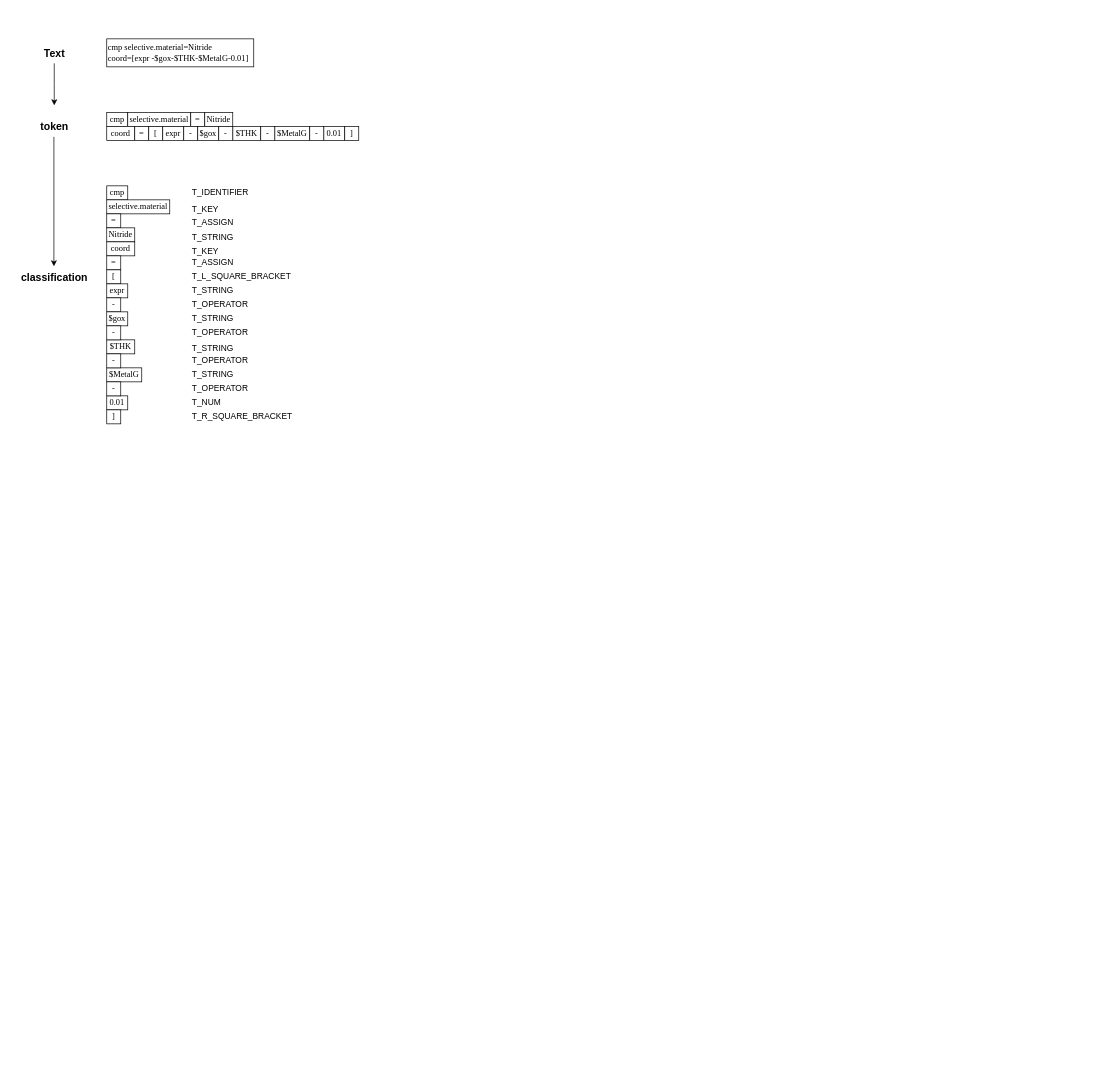
Above: 词法分词器.drawio in FicmillaR/drawio (draw.io), before the change. Source tidied: cells renumbered, new cells numbered last; positions are measured from the earlier drawing's top-left corner, leaving out a move shared by most shapes. Both pictures are drawn from the tidied source at 70%, with x=0, y=0 at pixel (12, 38).
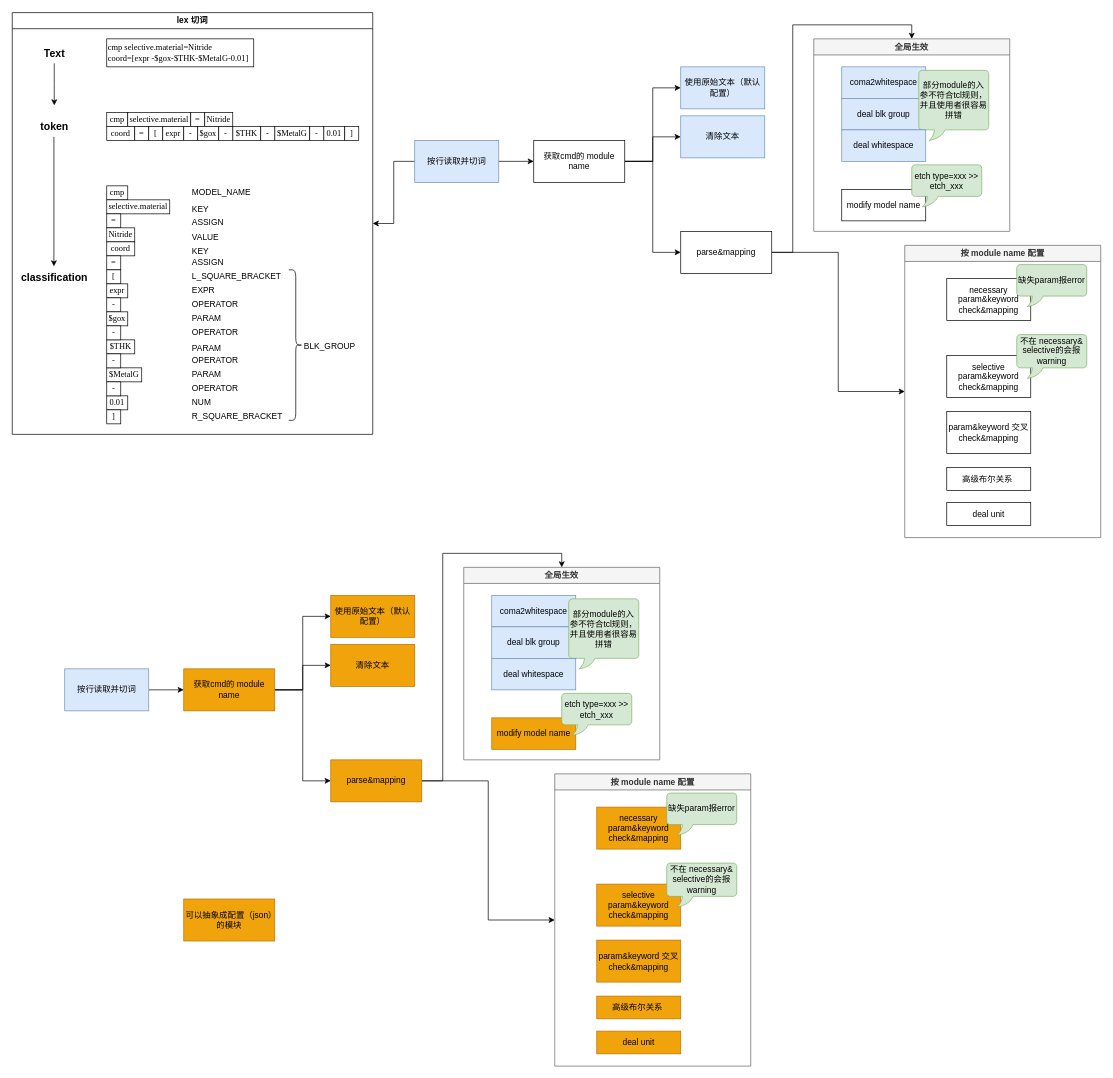
The same diagram, later.

Commit message:
更新词法分词器.drawio

Change to the diagram source:
```diff
@@
-    <mxCell id="40" value="T_ASSIGN" style="text;whiteSpace=wrap;fontFamily=Helvetica;fontSize=12;fontColor=default;" parent="1" vertex="1">
+    <mxCell id="40" value="ASSIGN" style="text;whiteSpace=wrap;fontFamily=Helvetica;fontSize=12;fontColor=default;" parent="1" vertex="1">
       <mxGeometry x="255" y="247.5" width="70" height="25" as="geometry" />
     </mxCell>
-    <mxCell id="41" value="T_IDENTIFIER" style="text;whiteSpace=wrap;fontFamily=Helvetica;fontSize=12;fontColor=default;" parent="1" vertex="1">
+    <mxCell id="41" value="MODEL_NAME" style="text;whiteSpace=wrap;fontFamily=Helvetica;fontSize=12;fontColor=default;" parent="1" vertex="1">
       <mxGeometry x="255" y="205" width="110" height="20" as="geometry" />
     </mxCell>
-    <mxCell id="42" value="T_ASSIGN" style="text;whiteSpace=wrap;fontFamily=Helvetica;fontSize=12;fontColor=default;" parent="1" vertex="1">
+    <mxCell id="42" value="ASSIGN" style="text;whiteSpace=wrap;fontFamily=Helvetica;fontSize=12;fontColor=default;" parent="1" vertex="1">
       <mxGeometry x="255" y="305" width="70" height="25" as="geometry" />
     </mxCell>
-    <mxCell id="43" value="T_L_SQUARE_BRACKET" style="text;whiteSpace=wrap;fontFamily=Helvetica;fontSize=12;fontColor=default;" parent="1" vertex="1">
+    <mxCell id="43" value="L_SQUARE_BRACKET" style="text;whiteSpace=wrap;fontFamily=Helvetica;fontSize=12;fontColor=default;" parent="1" vertex="1">
       <mxGeometry x="255" y="325" width="150" height="25" as="geometry" />
     </mxCell>
-    <mxCell id="44" value="T_STRING" style="text;whiteSpace=wrap;fontFamily=Helvetica;fontSize=12;fontColor=default;" parent="1" vertex="1">
+    <mxCell id="44" value="VALUE" style="text;whiteSpace=wrap;fontFamily=Helvetica;fontSize=12;fontColor=default;" parent="1" vertex="1">
       <mxGeometry x="255" y="270" width="110" height="20" as="geometry" />
     </mxCell>
-    <mxCell id="45" value="T_OPERATOR" style="text;whiteSpace=wrap;fontFamily=Helvetica;fontSize=12;fontColor=default;" parent="1" vertex="1">
+    <mxCell id="45" value="OPERATOR" style="text;whiteSpace=wrap;fontFamily=Helvetica;fontSize=12;fontColor=default;" parent="1" vertex="1">
       <mxGeometry x="255" y="365" width="110" height="20" as="geometry" />
     </mxCell>
-    <mxCell id="46" value="T_OPERATOR" style="text;whiteSpace=wrap;fontFamily=Helvetica;fontSize=12;fontColor=default;" parent="1" vertex="1">
+    <mxCell id="46" value="OPERATOR" style="text;whiteSpace=wrap;fontFamily=Helvetica;fontSize=12;fontColor=default;" parent="1" vertex="1">
       <mxGeometry x="255" y="405" width="110" height="20" as="geometry" />
     </mxCell>
-    <mxCell id="47" value="T_OPERATOR" style="text;whiteSpace=wrap;fontFamily=Helvetica;fontSize=12;fontColor=default;" parent="1" vertex="1">
+    <mxCell id="47" value="OPERATOR" style="text;whiteSpace=wrap;fontFamily=Helvetica;fontSize=12;fontColor=default;" parent="1" vertex="1">
       <mxGeometry x="255" y="445" width="110" height="20" as="geometry" />
     </mxCell>
-    <mxCell id="48" value="T_OPERATOR" style="text;whiteSpace=wrap;fontFamily=Helvetica;fontSize=12;fontColor=default;" parent="1" vertex="1">
+    <mxCell id="48" value="OPERATOR" style="text;whiteSpace=wrap;fontFamily=Helvetica;fontSize=12;fontColor=default;" parent="1" vertex="1">
       <mxGeometry x="255" y="485" width="110" height="20" as="geometry" />
     </mxCell>
-    <mxCell id="49" value="T_STRING" style="text;whiteSpace=wrap;fontFamily=Helvetica;fontSize=12;fontColor=default;" parent="1" vertex="1">
+    <mxCell id="49" value="EXPR" style="text;whiteSpace=wrap;fontFamily=Helvetica;fontSize=12;fontColor=default;" parent="1" vertex="1">
       <mxGeometry x="255" y="345" width="110" height="20" as="geometry" />
     </mxCell>
-    <mxCell id="50" value="T_STRING" style="text;whiteSpace=wrap;fontFamily=Helvetica;fontSize=12;fontColor=default;" parent="1" vertex="1">
+    <mxCell id="50" value="PARAM" style="text;whiteSpace=wrap;fontFamily=Helvetica;fontSize=12;fontColor=default;" parent="1" vertex="1">
       <mxGeometry x="255" y="385" width="110" height="25" as="geometry" />
     </mxCell>
-    <mxCell id="51" value="T_STRING" style="text;whiteSpace=wrap;fontFamily=Helvetica;fontSize=12;fontColor=default;" parent="1" vertex="1">
+    <mxCell id="51" value="PARAM" style="text;whiteSpace=wrap;fontFamily=Helvetica;fontSize=12;fontColor=default;" parent="1" vertex="1">
       <mxGeometry x="255" y="427.5" width="110" height="25" as="geometry" />
     </mxCell>
-    <mxCell id="52" value="T_STRING" style="text;whiteSpace=wrap;fontFamily=Helvetica;fontSize=12;fontColor=default;" parent="1" vertex="1">
+    <mxCell id="52" value="PARAM" style="text;whiteSpace=wrap;fontFamily=Helvetica;fontSize=12;fontColor=default;" parent="1" vertex="1">
       <mxGeometry x="255" y="465" width="110" height="25" as="geometry" />
     </mxCell>
@@
-    <mxCell id="55" value="T_NUM" style="text;whiteSpace=wrap;fontFamily=Helvetica;fontSize=12;fontColor=default;" parent="1" vertex="1">
+    <mxCell id="55" value="NUM" style="text;whiteSpace=wrap;fontFamily=Helvetica;fontSize=12;fontColor=default;" parent="1" vertex="1">
       <mxGeometry x="255" y="505" width="110" height="25" as="geometry" />
     </mxCell>
-    <mxCell id="56" value="T_R_SQUARE_BRACKET" style="text;whiteSpace=wrap;fontFamily=Helvetica;fontSize=12;fontColor=default;" parent="1" vertex="1">
+    <mxCell id="56" value="R_SQUARE_BRACKET" style="text;whiteSpace=wrap;fontFamily=Helvetica;fontSize=12;fontColor=default;" parent="1" vertex="1">
       <mxGeometry x="255" y="525" width="150" height="25" as="geometry" />
     </mxCell>
-    <mxCell id="57" value="T_KEY" style="text;whiteSpace=wrap;fontFamily=Helvetica;fontSize=12;fontColor=default;" parent="1" vertex="1">
-      <mxGeometry x="255" y="230" width="110" height="20" as="geometry" />
+    <mxCell id="57" value="KEY" style="text;whiteSpace=wrap;fontFamily=Helvetica;fontSize=12;fontColor=default;" parent="1" vertex="1">
+      <mxGeometry x="255" y="230" width="110" height="15" as="geometry" />
     </mxCell>
-    <mxCell id="58" value="T_KEY" style="text;whiteSpace=wrap;fontFamily=Helvetica;fontSize=12;fontColor=default;" parent="1" vertex="1">
+    <mxCell id="58" value="KEY" style="text;whiteSpace=wrap;fontFamily=Helvetica;fontSize=12;fontColor=default;" parent="1" vertex="1">
       <mxGeometry x="255" y="290" width="110" height="20" as="geometry" />
     </mxCell>
+    <mxCell id="59" style="shape=curlyBracket;whiteSpace=wrap;html=1;rounded=1;flipH=1;labelPosition=right;verticalLabelPosition=middle;align=left;verticalAlign=middle;size=0.5;" parent="1" vertex="1">
+      <mxGeometry x="395" y="330" width="20" height="215" as="geometry" />
+    </mxCell>
+    <mxCell id="60" value="BLK_GROUP" style="text;whiteSpace=wrap;fontFamily=Helvetica;fontSize=12;fontColor=default;" parent="1" vertex="1">
+      <mxGeometry x="415" y="425" width="110" height="20" as="geometry" />
+    </mxCell>
+    <mxCell id="61" style="edgeStyle=orthogonalEdgeStyle;rounded=0;jettySize=auto;html=1;exitX=1;exitY=0.5;exitDx=0;exitDy=0;entryX=0;entryY=0.5;entryDx=0;entryDy=0;" parent="1" edge="1" source="64" target="68">
+      <mxGeometry relative="1" as="geometry" />
+    </mxCell>
+    <mxCell id="62" style="edgeStyle=orthogonalEdgeStyle;rounded=0;jettySize=auto;html=1;exitX=1;exitY=0.5;exitDx=0;exitDy=0;entryX=0;entryY=0.5;entryDx=0;entryDy=0;" parent="1" edge="1" source="64" target="69">
+      <mxGeometry relative="1" as="geometry" />
+    </mxCell>
+    <mxCell id="63" style="edgeStyle=orthogonalEdgeStyle;rounded=0;jettySize=auto;html=1;exitX=1;exitY=0.5;exitDx=0;exitDy=0;entryX=0;entryY=0.5;entryDx=0;entryDy=0;" parent="1" edge="1" source="64" target="72">
+      <mxGeometry relative="1" as="geometry" />
+    </mxCell>
+    <mxCell id="64" value="获取cmd的 module name" style="rounded=0;whiteSpace=wrap;html=1;" parent="1" vertex="1">
+      <mxGeometry x="745" y="145" width="130" height="60" as="geometry" />
+    </mxCell>
+    <mxCell id="65" style="edgeStyle=orthogonalEdgeStyle;rounded=0;jettySize=auto;html=1;exitX=1;exitY=0.5;exitDx=0;exitDy=0;entryX=0;entryY=0.5;entryDx=0;entryDy=0;" parent="1" edge="1" source="67" target="64">
+      <mxGeometry relative="1" as="geometry" />
+    </mxCell>
+    <mxCell id="66" style="edgeStyle=orthogonalEdgeStyle;rounded=0;jettySize=auto;html=1;exitX=0;exitY=0.5;exitDx=0;exitDy=0;entryX=1;entryY=0.5;entryDx=0;entryDy=0;" parent="1" edge="1" source="67" target="115">
+      <mxGeometry relative="1" as="geometry" />
+    </mxCell>
+    <mxCell id="67" value="按行读取并切词" style="rounded=0;whiteSpace=wrap;html=1;fillColor=#dae8fc;strokeColor=#6c8ebf;" parent="1" vertex="1">
+      <mxGeometry x="575" y="145" width="120" height="60" as="geometry" />
+    </mxCell>
+    <mxCell id="68" value="使用原始文本（默认配置）" style="rounded=0;whiteSpace=wrap;html=1;fillColor=#dae8fc;strokeColor=#6c8ebf;" parent="1" vertex="1">
+      <mxGeometry x="955" y="40" width="120" height="60" as="geometry" />
+    </mxCell>
+    <mxCell id="69" value="清除文本" style="rounded=0;whiteSpace=wrap;html=1;fillColor=#dae8fc;strokeColor=#6c8ebf;" parent="1" vertex="1">
+      <mxGeometry x="955" y="110" width="120" height="60" as="geometry" />
+    </mxCell>
+    <mxCell id="70" style="edgeStyle=orthogonalEdgeStyle;rounded=0;jettySize=auto;html=1;entryX=0.5;entryY=0;entryDx=0;entryDy=0;" parent="1" edge="1" source="72" target="73">
+      <mxGeometry relative="1" as="geometry" />
+    </mxCell>
+    <mxCell id="71" style="edgeStyle=orthogonalEdgeStyle;rounded=0;jettySize=auto;html=1;" parent="1" edge="1" source="72" target="76">
+      <mxGeometry relative="1" as="geometry" />
+    </mxCell>
+    <mxCell id="72" value="parse&amp;amp;mapping" style="rounded=0;whiteSpace=wrap;html=1;" parent="1" vertex="1">
+      <mxGeometry x="955" y="275" width="130" height="60" as="geometry" />
+    </mxCell>
+    <mxCell id="73" value="全局生效" style="swimlane;whiteSpace=wrap;html=1;fillColor=#f5f5f5;fontColor=#333333;strokeColor=#666666;" parent="1" vertex="1">
+      <mxGeometry x="1145" width="280" height="275" as="geometry" />
+    </mxCell>
+    <mxCell id="74" value="&lt;div&gt;modify model name&lt;/div&gt;" style="rounded=0;whiteSpace=wrap;html=1;" parent="73" vertex="1">
+      <mxGeometry x="40" y="215" width="120" height="45" as="geometry" />
+    </mxCell>
+    <mxCell id="75" value="etch type=xxx &amp;gt;&amp;gt; etch_xxx" style="whiteSpace=wrap;html=1;shape=mxgraph.basic.roundRectCallout;dx=30;dy=15;size=5;boundedLbl=1;fillColor=#d5e8d4;strokeColor=#82b366;" parent="73" vertex="1">
+      <mxGeometry x="140" y="180" width="100" height="60" as="geometry" />
+    </mxCell>
+    <mxCell id="76" value="按 module name 配置" style="swimlane;whiteSpace=wrap;html=1;fillColor=#f5f5f5;fontColor=#333333;strokeColor=#666666;" parent="1" vertex="1">
+      <mxGeometry x="1275" y="295" width="280" height="417.5" as="geometry" />
+    </mxCell>
+    <mxCell id="77" value="&lt;div&gt;necessary param&amp;amp;keyword check&amp;amp;mapping&lt;/div&gt;" style="rounded=0;whiteSpace=wrap;html=1;" parent="76" vertex="1">
+      <mxGeometry x="60" y="47.5" width="120" height="60" as="geometry" />
+    </mxCell>
+    <mxCell id="78" value="selective param&amp;amp;keyword check&amp;amp;mapping" style="rounded=0;whiteSpace=wrap;html=1;" parent="76" vertex="1">
+      <mxGeometry x="60" y="157.5" width="120" height="60" as="geometry" />
+    </mxCell>
+    <mxCell id="79" value="缺失param报error" style="whiteSpace=wrap;html=1;shape=mxgraph.basic.roundRectCallout;dx=30;dy=15;size=5;boundedLbl=1;fillColor=#d5e8d4;strokeColor=#82b366;" parent="76" vertex="1">
+      <mxGeometry x="160" y="27.5" width="100" height="60" as="geometry" />
+    </mxCell>
+    <mxCell id="80" value="不在 necessary&amp;amp; selective的会报warning" style="whiteSpace=wrap;html=1;shape=mxgraph.basic.roundRectCallout;dx=30;dy=15;size=5;boundedLbl=1;fillColor=#d5e8d4;strokeColor=#82b366;" parent="76" vertex="1">
+      <mxGeometry x="160" y="127.5" width="100" height="62.5" as="geometry" />
+    </mxCell>
+    <mxCell id="81" value="&lt;div&gt;param&amp;amp;keyword 交叉check&amp;amp;mapping&lt;/div&gt;" style="rounded=0;whiteSpace=wrap;html=1;" parent="76" vertex="1">
+      <mxGeometry x="60" y="237.5" width="120" height="60" as="geometry" />
+    </mxCell>
+    <mxCell id="82" value="&lt;div&gt;高级布尔关系&amp;nbsp;&lt;/div&gt;" style="rounded=0;whiteSpace=wrap;html=1;" parent="76" vertex="1">
+      <mxGeometry x="60" y="317.5" width="120" height="32.5" as="geometry" />
+    </mxCell>
+    <mxCell id="83" value="&lt;div&gt;deal unit&lt;/div&gt;" style="rounded=0;whiteSpace=wrap;html=1;" parent="76" vertex="1">
+      <mxGeometry x="60" y="367.5" width="120" height="32.5" as="geometry" />
+    </mxCell>
+    <mxCell id="84" value="coma2whitespace" style="rounded=0;whiteSpace=wrap;html=1;fillColor=#dae8fc;strokeColor=#6c8ebf;" parent="1" vertex="1">
+      <mxGeometry x="1185" y="40" width="120" height="45" as="geometry" />
+    </mxCell>
+    <mxCell id="85" value="&lt;div&gt;deal blk group&lt;/div&gt;" style="rounded=0;whiteSpace=wrap;html=1;fillColor=#dae8fc;strokeColor=#6c8ebf;" parent="1" vertex="1">
+      <mxGeometry x="1185" y="85" width="120" height="45" as="geometry" />
+    </mxCell>
+    <mxCell id="86" value="部分module的入参不符合tcl规则，并且使用者很容易拼错" style="whiteSpace=wrap;html=1;shape=mxgraph.basic.roundRectCallout;dx=30;dy=15;size=5;boundedLbl=1;fillColor=#d5e8d4;strokeColor=#82b366;" parent="1" vertex="1">
+      <mxGeometry x="1295" y="45" width="100" height="100" as="geometry" />
+    </mxCell>
+    <mxCell id="87" value="&lt;div&gt;deal whitespace&lt;/div&gt;" style="rounded=0;whiteSpace=wrap;html=1;fillColor=#dae8fc;strokeColor=#6c8ebf;" parent="1" vertex="1">
+      <mxGeometry x="1185" y="130" width="120" height="45" as="geometry" />
+    </mxCell>
+    <mxCell id="88" style="edgeStyle=orthogonalEdgeStyle;rounded=0;jettySize=auto;html=1;exitX=1;exitY=0.5;exitDx=0;exitDy=0;entryX=0;entryY=0.5;entryDx=0;entryDy=0;" parent="1" edge="1" source="91" target="94">
+      <mxGeometry relative="1" as="geometry" />
+    </mxCell>
+    <mxCell id="89" style="edgeStyle=orthogonalEdgeStyle;rounded=0;jettySize=auto;html=1;exitX=1;exitY=0.5;exitDx=0;exitDy=0;entryX=0;entryY=0.5;entryDx=0;entryDy=0;" parent="1" edge="1" source="91" target="95">
+      <mxGeometry relative="1" as="geometry" />
+    </mxCell>
+    <mxCell id="90" style="edgeStyle=orthogonalEdgeStyle;rounded=0;jettySize=auto;html=1;exitX=1;exitY=0.5;exitDx=0;exitDy=0;entryX=0;entryY=0.5;entryDx=0;entryDy=0;" parent="1" edge="1" source="91" target="98">
+      <mxGeometry relative="1" as="geometry" />
+    </mxCell>
+    <mxCell id="91" value="获取cmd的 module name" style="rounded=0;whiteSpace=wrap;html=1;fillColor=#f0a30a;fontColor=#000000;strokeColor=#BD7000;" parent="1" vertex="1">
+      <mxGeometry x="245" y="900" width="130" height="60" as="geometry" />
+    </mxCell>
+    <mxCell id="92" style="edgeStyle=orthogonalEdgeStyle;rounded=0;jettySize=auto;html=1;exitX=1;exitY=0.5;exitDx=0;exitDy=0;entryX=0;entryY=0.5;entryDx=0;entryDy=0;" parent="1" edge="1" source="93" target="91">
+      <mxGeometry relative="1" as="geometry" />
+    </mxCell>
+    <mxCell id="93" value="按行读取并切词" style="rounded=0;whiteSpace=wrap;html=1;fillColor=#dae8fc;strokeColor=#6c8ebf;" parent="1" vertex="1">
+      <mxGeometry x="75" y="900" width="120" height="60" as="geometry" />
+    </mxCell>
+    <mxCell id="94" value="使用原始文本（默认配置）" style="rounded=0;whiteSpace=wrap;html=1;fillColor=#f0a30a;strokeColor=#BD7000;fontColor=#000000;" parent="1" vertex="1">
+      <mxGeometry x="455" y="795" width="120" height="60" as="geometry" />
+    </mxCell>
+    <mxCell id="95" value="清除文本" style="rounded=0;whiteSpace=wrap;html=1;fillColor=#f0a30a;strokeColor=#BD7000;fontColor=#000000;" parent="1" vertex="1">
+      <mxGeometry x="455" y="865" width="120" height="60" as="geometry" />
+    </mxCell>
+    <mxCell id="96" style="edgeStyle=orthogonalEdgeStyle;rounded=0;jettySize=auto;html=1;entryX=0.5;entryY=0;entryDx=0;entryDy=0;" parent="1" edge="1" source="98" target="99">
+      <mxGeometry relative="1" as="geometry" />
+    </mxCell>
+    <mxCell id="97" style="edgeStyle=orthogonalEdgeStyle;rounded=0;jettySize=auto;html=1;" parent="1" edge="1" source="98" target="102">
+      <mxGeometry relative="1" as="geometry" />
+    </mxCell>
+    <mxCell id="98" value="parse&amp;amp;mapping" style="rounded=0;whiteSpace=wrap;html=1;fillColor=#f0a30a;fontColor=#000000;strokeColor=#BD7000;" parent="1" vertex="1">
+      <mxGeometry x="455" y="1030" width="130" height="60" as="geometry" />
+    </mxCell>
+    <mxCell id="99" value="全局生效" style="swimlane;whiteSpace=wrap;html=1;fillColor=#f5f5f5;fontColor=#333333;strokeColor=#666666;" parent="1" vertex="1">
+      <mxGeometry x="645" y="755" width="280" height="275" as="geometry" />
+    </mxCell>
+    <mxCell id="100" value="&lt;div&gt;modify model name&lt;/div&gt;" style="rounded=0;whiteSpace=wrap;html=1;fillColor=#f0a30a;fontColor=#000000;strokeColor=#BD7000;" parent="99" vertex="1">
+      <mxGeometry x="40" y="215" width="120" height="45" as="geometry" />
+    </mxCell>
+    <mxCell id="101" value="etch type=xxx &amp;gt;&amp;gt; etch_xxx" style="whiteSpace=wrap;html=1;shape=mxgraph.basic.roundRectCallout;dx=30;dy=15;size=5;boundedLbl=1;fillColor=#d5e8d4;strokeColor=#82b366;" parent="99" vertex="1">
+      <mxGeometry x="140" y="180" width="100" height="60" as="geometry" />
+    </mxCell>
+    <mxCell id="102" value="按 module name 配置" style="swimlane;whiteSpace=wrap;html=1;fillColor=#f5f5f5;fontColor=#333333;strokeColor=#666666;" parent="1" vertex="1">
+      <mxGeometry x="775" y="1050" width="280" height="417.5" as="geometry" />
+    </mxCell>
+    <mxCell id="103" value="&lt;div&gt;necessary param&amp;amp;keyword check&amp;amp;mapping&lt;/div&gt;" style="rounded=0;whiteSpace=wrap;html=1;fillColor=#f0a30a;fontColor=#000000;strokeColor=#BD7000;" parent="102" vertex="1">
+      <mxGeometry x="60" y="47.5" width="120" height="60" as="geometry" />
+    </mxCell>
+    <mxCell id="104" value="selective param&amp;amp;keyword check&amp;amp;mapping" style="rounded=0;whiteSpace=wrap;html=1;fillColor=#f0a30a;fontColor=#000000;strokeColor=#BD7000;" parent="102" vertex="1">
+      <mxGeometry x="60" y="157.5" width="120" height="60" as="geometry" />
+    </mxCell>
+    <mxCell id="105" value="缺失param报error" style="whiteSpace=wrap;html=1;shape=mxgraph.basic.roundRectCallout;dx=30;dy=15;size=5;boundedLbl=1;fillColor=#d5e8d4;strokeColor=#82b366;" parent="102" vertex="1">
+      <mxGeometry x="160" y="27.5" width="100" height="60" as="geometry" />
+    </mxCell>
+    <mxCell id="106" value="不在 necessary&amp;amp; selective的会报warning" style="whiteSpace=wrap;html=1;shape=mxgraph.basic.roundRectCallout;dx=30;dy=15;size=5;boundedLbl=1;fillColor=#d5e8d4;strokeColor=#82b366;" parent="102" vertex="1">
+      <mxGeometry x="160" y="127.5" width="100" height="62.5" as="geometry" />
+    </mxCell>
+    <mxCell id="107" value="&lt;div&gt;param&amp;amp;keyword 交叉check&amp;amp;mapping&lt;/div&gt;" style="rounded=0;whiteSpace=wrap;html=1;fillColor=#f0a30a;fontColor=#000000;strokeColor=#BD7000;" parent="102" vertex="1">
+      <mxGeometry x="60" y="237.5" width="120" height="60" as="geometry" />
+    </mxCell>
+    <mxCell id="108" value="&lt;div&gt;高级布尔关系&amp;nbsp;&lt;/div&gt;" style="rounded=0;whiteSpace=wrap;html=1;fillColor=#f0a30a;fontColor=#000000;strokeColor=#BD7000;" parent="102" vertex="1">
+      <mxGeometry x="60" y="317.5" width="120" height="32.5" as="geometry" />
+    </mxCell>
+    <mxCell id="109" value="&lt;div&gt;deal unit&lt;/div&gt;" style="rounded=0;whiteSpace=wrap;html=1;fillColor=#f0a30a;fontColor=#000000;strokeColor=#BD7000;" parent="102" vertex="1">
+      <mxGeometry x="60" y="367.5" width="120" height="32.5" as="geometry" />
+    </mxCell>
+    <mxCell id="110" value="coma2whitespace" style="rounded=0;whiteSpace=wrap;html=1;fillColor=#dae8fc;strokeColor=#6c8ebf;" parent="1" vertex="1">
+      <mxGeometry x="685" y="795" width="120" height="45" as="geometry" />
+    </mxCell>
+    <mxCell id="111" value="&lt;div&gt;deal blk group&lt;/div&gt;" style="rounded=0;whiteSpace=wrap;html=1;fillColor=#dae8fc;strokeColor=#6c8ebf;" parent="1" vertex="1">
+      <mxGeometry x="685" y="840" width="120" height="45" as="geometry" />
+    </mxCell>
+    <mxCell id="112" value="部分module的入参不符合tcl规则，并且使用者很容易拼错" style="whiteSpace=wrap;html=1;shape=mxgraph.basic.roundRectCallout;dx=30;dy=15;size=5;boundedLbl=1;fillColor=#d5e8d4;strokeColor=#82b366;" parent="1" vertex="1">
+      <mxGeometry x="795" y="800" width="100" height="100" as="geometry" />
+    </mxCell>
+    <mxCell id="113" value="&lt;div&gt;deal whitespace&lt;/div&gt;" style="rounded=0;whiteSpace=wrap;html=1;fillColor=#dae8fc;strokeColor=#6c8ebf;" parent="1" vertex="1">
+      <mxGeometry x="685" y="885" width="120" height="45" as="geometry" />
+    </mxCell>
+    <mxCell id="114" value="可以抽象成配置（json）的模块" style="rounded=0;whiteSpace=wrap;html=1;fillColor=#f0a30a;fontColor=#000000;strokeColor=#BD7000;" parent="1" vertex="1">
+      <mxGeometry x="245" y="1228.8" width="130" height="60" as="geometry" />
+    </mxCell>
+    <mxCell id="115" value="lex 切词" style="swimlane;whiteSpace=wrap;html=1;" parent="1" vertex="1">
+      <mxGeometry y="-37.5" width="515" height="602.5" as="geometry" />
+    </mxCell>
```
